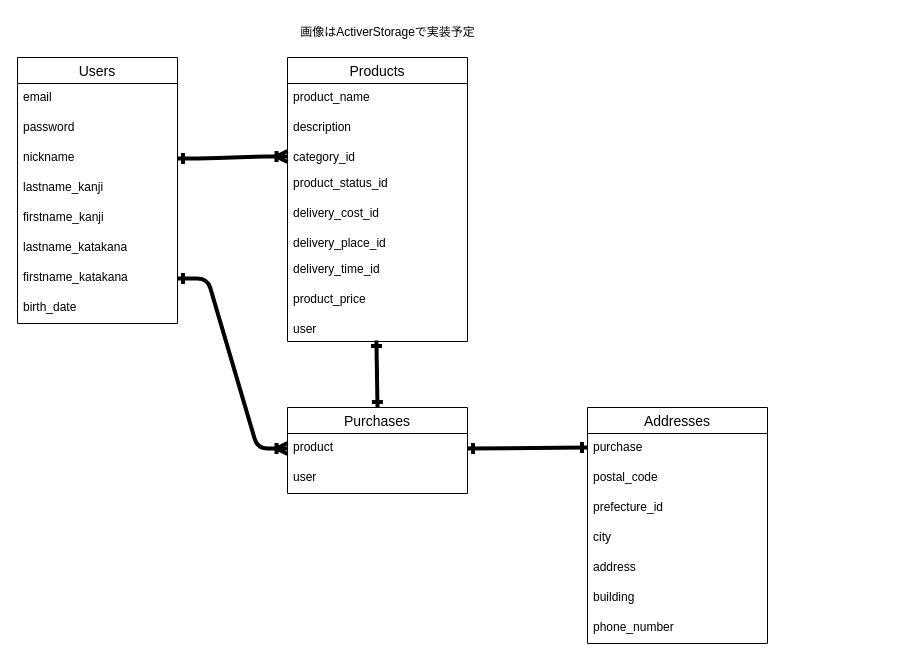
Earlier version of the draw.io diagram ER.dio (tuckriver/furima-46646). Source tidied: cells renumbered, new cells numbered last; positions are measured from the earlier drawing's top-left corner, leaving out a move shared by most shapes. Both pictures are drawn from the tidied source at 100%, with x=0, y=0 at pixel (17, 17).
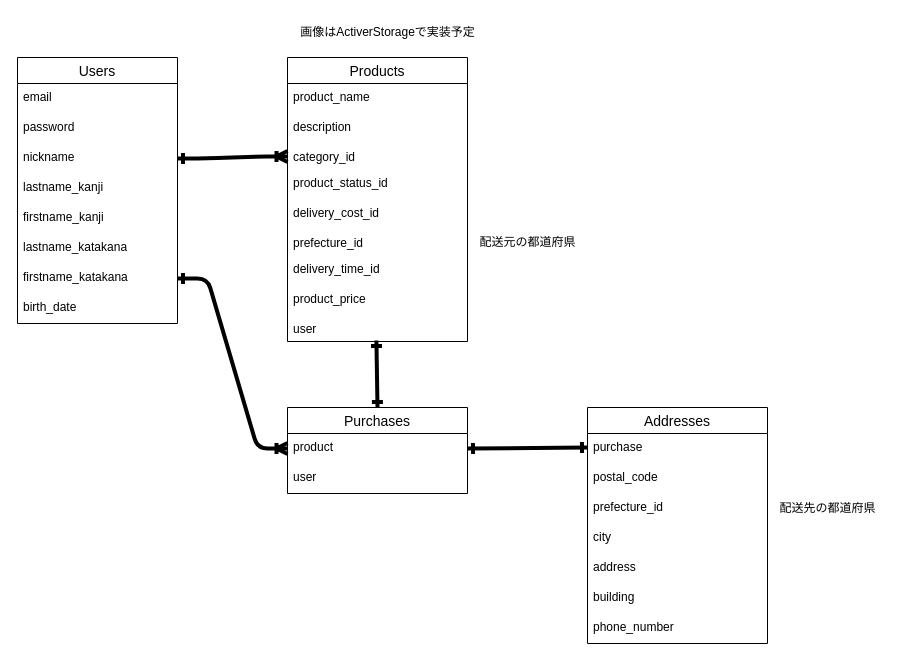
Above is the later version.

Commit message (it also covers changes not shown here):
README・ER図の修正4

The change refers to these unchanged cells:
```xml
<mxCell id="11" value="Products" style="swimlane;fontStyle=0;horizontal=1;startSize=26;align=center;fontSize=14;" parent="1" vertex="1">
  <mxGeometry x="270" y="40" width="180" height="284" as="geometry" />
</mxCell>
```

What changed in the source:
```diff
@@
-    <mxCell id="17" value="delivery_place_id" style="text;strokeColor=none;fillColor=none;spacingLeft=4;spacingRight=4;overflow=hidden;fontSize=12;whiteSpace=wrap;html=1;" parent="11" vertex="1">
+    <mxCell id="17" value="prefecture_id" style="text;strokeColor=none;fillColor=none;spacingLeft=4;spacingRight=4;overflow=hidden;fontSize=12;whiteSpace=wrap;html=1;" parent="11" vertex="1">
       <mxGeometry y="172" width="180" height="26" as="geometry" />
     </mxCell>
@@
+    <mxCell id="37" value="配送元の都道府県" style="text;html=1;align=center;verticalAlign=middle;strokeColor=none;fillColor=none;" parent="1" vertex="1">
+      <mxGeometry x="450" y="210" width="120" height="30" as="geometry" />
+    </mxCell>
+    <mxCell id="38" value="配送先の都道府県" style="text;html=1;align=center;verticalAlign=middle;strokeColor=none;fillColor=none;" parent="1" vertex="1">
+      <mxGeometry x="750" y="476" width="120" height="30" as="geometry" />
+    </mxCell>
```
